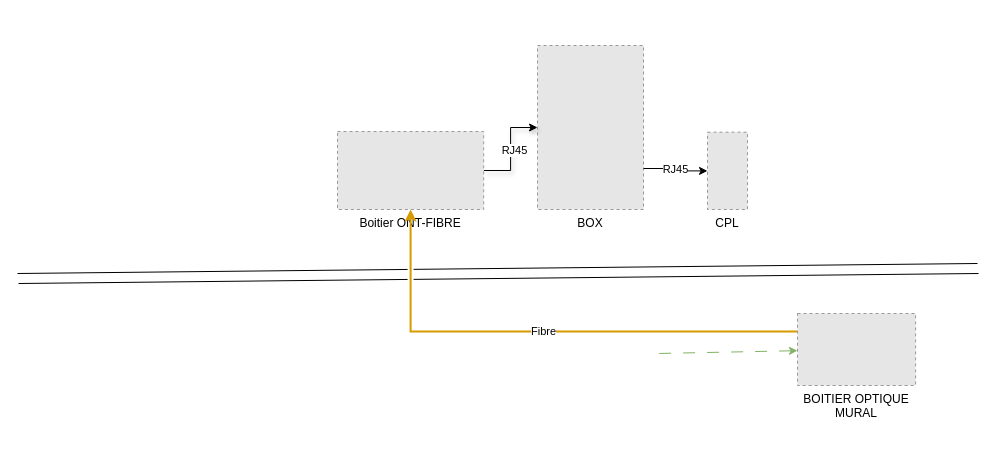
Before: Untitled Diagram.drawio in bastero42/test, a draw.io diagram. Source tidied: cells renumbered, new cells numbered last; positions are measured from the earlier drawing's top-left corner, leaving out a move shared by most shapes. Both pictures are drawn from the tidied source at 100%, with x=0, y=0 at pixel (17, 45). Pictures stored in the file or linked from it are replaced by grey dashed boxes.
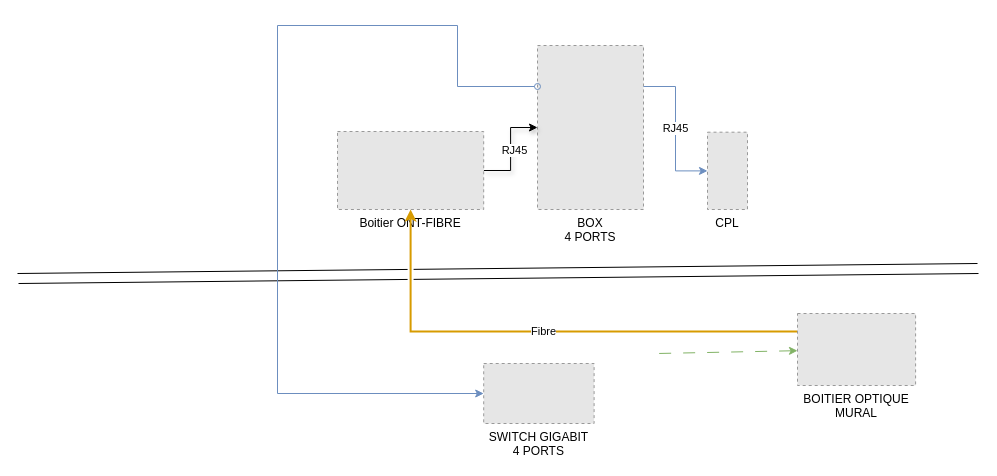
The same diagram, later.

Commit message:
Réseau Maison

Unchanged cells that the change refers to:
```xml
<mxCell id="11" value="CPL" style="fillColor=#E6E6E6;strokeColor=#999999;dashed=1;verticalLabelPosition=bottom;labelBackgroundColor=default;verticalAlign=top;" parent="1" vertex="1">
  <mxGeometry x="690" y="86.7" width="40" height="77.3" as="geometry" />
</mxCell>
```

Diff of the diagram source:
```diff
@@
-    <mxCell id="2" value="BOX" style="fillColor=#E6E6E6;strokeColor=#999999;dashed=1;verticalLabelPosition=bottom;labelBackgroundColor=default;verticalAlign=top;" parent="1" vertex="1">
+    <mxCell id="2" value="BOX&#10;4 PORTS" style="fillColor=#E6E6E6;strokeColor=#999999;dashed=1;verticalLabelPosition=bottom;labelBackgroundColor=default;verticalAlign=top;" parent="1" vertex="1">
       <mxGeometry x="520" width="106" height="164" as="geometry" />
     </mxCell>
@@
-    <mxCell id="10" value="RJ45" style="edgeStyle=orthogonalEdgeStyle;rounded=0;jettySize=auto;html=1;entryX=1;entryY=0.75;entryDx=0;entryDy=0;endArrow=none;endFill=0;startArrow=classic;startFill=1;" parent="1" edge="1" source="11" target="2">
+    <mxCell id="10" value="RJ45" style="edgeStyle=orthogonalEdgeStyle;rounded=0;jettySize=auto;html=1;entryX=1;entryY=0.25;entryDx=0;entryDy=0;endArrow=none;endFill=0;startArrow=classic;startFill=1;fillColor=#dae8fc;strokeColor=#6c8ebf;" parent="1" edge="1" source="11" target="2">
       <mxGeometry relative="1" as="geometry" />
     </mxCell>
@@
+    <mxCell id="13" style="edgeStyle=orthogonalEdgeStyle;rounded=0;jettySize=auto;html=1;exitX=0;exitY=0.5;exitDx=0;exitDy=0;startArrow=classic;startFill=1;endArrow=oval;endFill=0;jumpStyle=none;entryX=0;entryY=0.25;entryDx=0;entryDy=0;fillColor=#dae8fc;strokeColor=#6c8ebf;" parent="1" edge="1" source="14" target="2">
+      <mxGeometry relative="1" as="geometry">
+        <Array as="points">
+          <mxPoint x="260" y="348" />
+          <mxPoint x="260" y="-20" />
+          <mxPoint x="440" y="-20" />
+          <mxPoint x="440" y="41" />
+        </Array>
+      </mxGeometry>
+    </mxCell>
+    <mxCell id="14" value="SWITCH GIGABIT&#10;4 PORTS" style="fillColor=#E6E6E6;strokeColor=#999999;dashed=1;verticalLabelPosition=bottom;labelBackgroundColor=default;verticalAlign=top;" parent="1" vertex="1">
+      <mxGeometry x="466.2" y="318" width="110.4" height="60" as="geometry" />
+    </mxCell>
```
